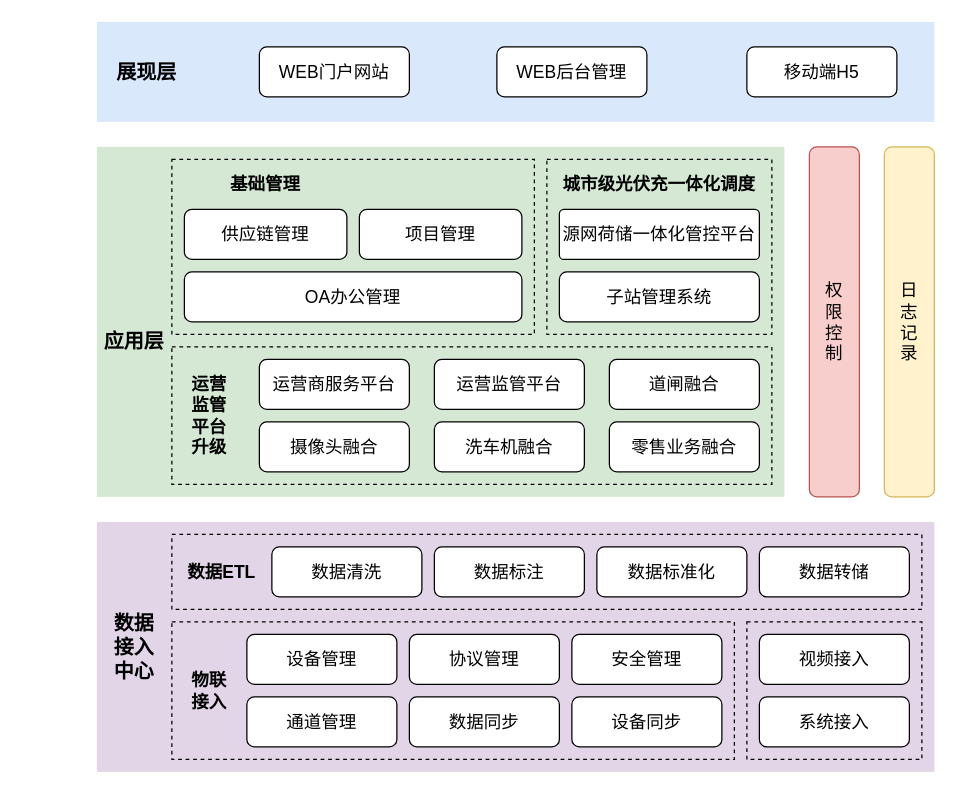
Before: 监管平台二期架构.drawio in JaceLu/Docs, a draw.io diagram. Source tidied: cells renumbered, new cells numbered last; positions are measured from the earlier drawing's top-left corner, leaving out a move shared by most shapes. Both pictures are drawn from the tidied source at 125%, with x=0, y=0 at pixel (96, 21).
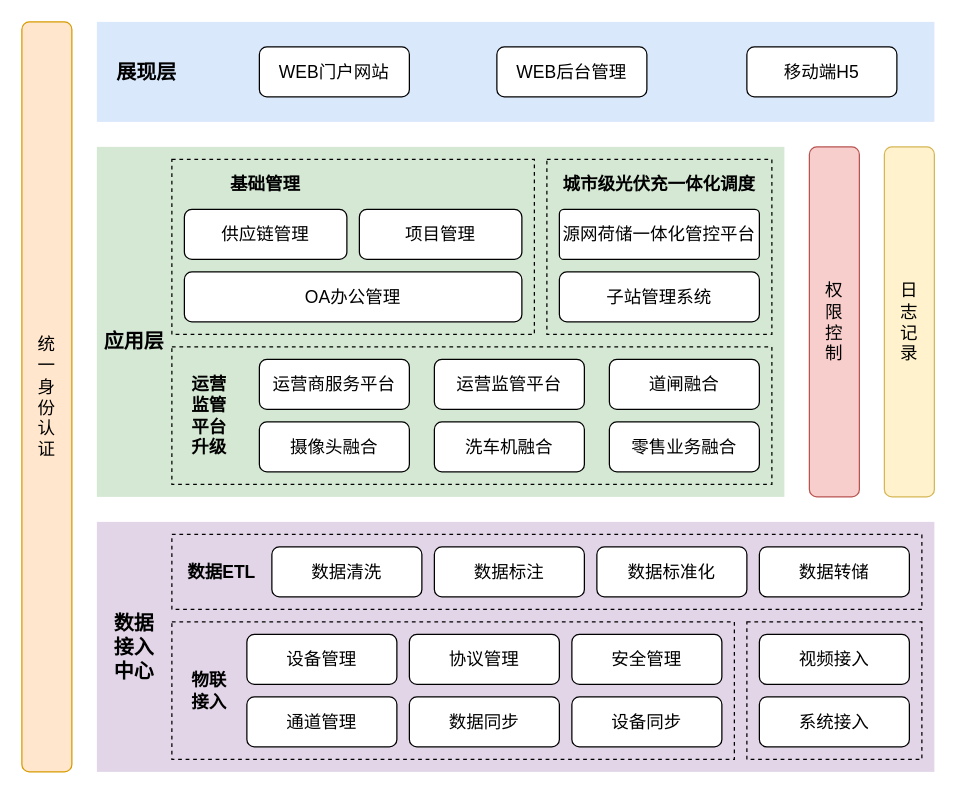
After the change.

Commit message:
更新监管平台二期架构.drawio

The edit, as a diff of the source:
```diff
@@
+    <mxCell id="47" value="统一身份认证" style="rounded=1;whiteSpace=wrap;html=1;fontSize=14;spacingLeft=10;spacingRight=10;fillColor=#ffe6cc;strokeColor=#d79b00;" parent="1" vertex="1">
+      <mxGeometry x="-60" width="40" height="600" as="geometry" />
+    </mxCell>
```
